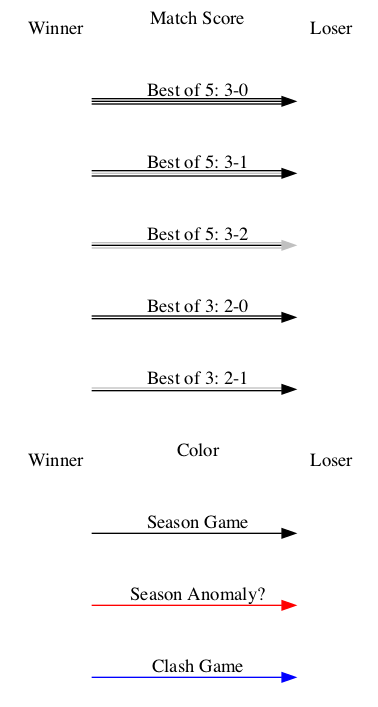
Earlier version of the Graphviz export renders/legend.png (jpmarcotte/hgc-league-graphs). Its source is kept beside it as graphs/legend.dot. Source of this version:
```dot
digraph legend {
	node [ color="white" label="" ]
	rankdir="LR";

	t	->	u	[ color="blue"	label="Clash Game" ]
	q	->	s	[ color="red"	label="Season Anomaly?" ]
	o	->	p	[ color="black" label="Season Game" ]

	m [ label="Winner" ]
	n [ label="Loser" ]
	m	->  n	[ color="white" label="Color"]

	k	->	l	[ color="black:gray" label="Best of 3: 2-1" ]
	i	->	j	[ color="black:black" label="Best of 3: 2-0" ]

	c	->	d	[ color="gray:black:gray" label="Best of 5: 3-2" ]
	e	->	f	[ color="black:gray:black" label="Best of 5: 3-1" ]
	g	->	h	[ color="black:black:black" label="Best of 5: 3-0" ]

	a [ label="Winner" ]
	b [ label="Loser" ]
	a	->  b	[ color="white" label="Match Score"]
}
```
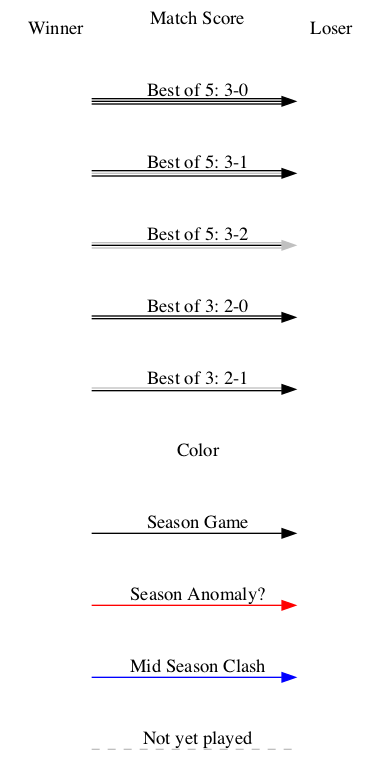
After the commit.

Commit message:
Update for not yet played

The edit, as a diff of the source:
```diff
@@ -2,12 +2,11 @@
 	node [ color="white" label="" ]
 	rankdir="LR";
 
-	t	->	u	[ color="blue"	label="Clash Game" ]
+	v	->	w	[ color="gray" style="dashed" dir="none" label="Not yet played" ]
+	t	->	u	[ color="blue"	label="Mid Season Clash" ]
 	q	->	s	[ color="red"	label="Season Anomaly?" ]
 	o	->	p	[ color="black" label="Season Game" ]
 
-	m [ label="Winner" ]
-	n [ label="Loser" ]
 	m	->  n	[ color="white" label="Color"]
 
 	k	->	l	[ color="black:gray" label="Best of 3: 2-1" ]
@@ -19,5 +18,5 @@
 
 	a [ label="Winner" ]
 	b [ label="Loser" ]
-	a	->  b	[ color="white" label="Match Score"]
+	a	->  b	[ color="white" label="Match Score" ]
 }
```
